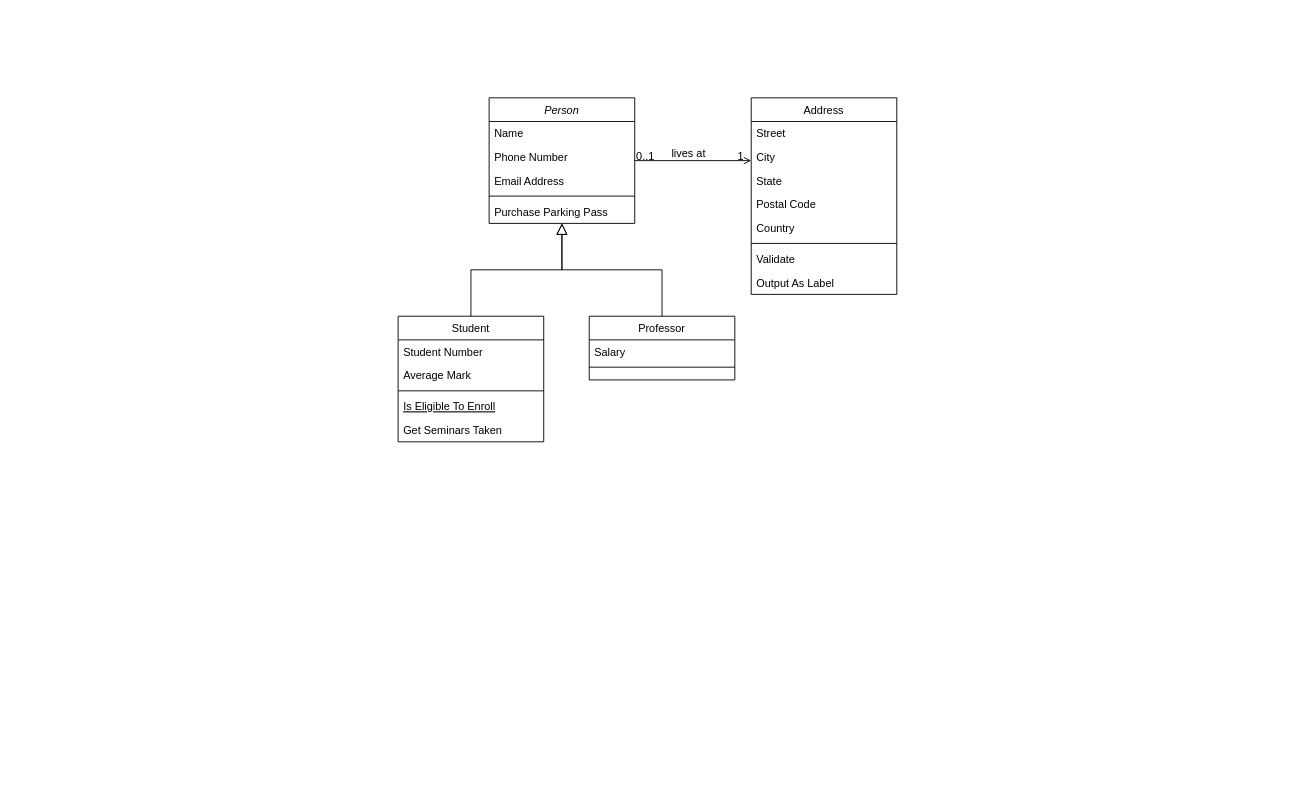
LearningsLab/BoilerPlates keeps this draw.io diagram as Splitwise/Splitwise.drawio. Above is the earlier version. Source tidied: cells renumbered, new cells numbered last; positions are measured from the earlier drawing's top-left corner, leaving out a move shared by most shapes. Both pictures are drawn from the tidied source at 91%, with x=0, y=0 at pixel (398, 97).
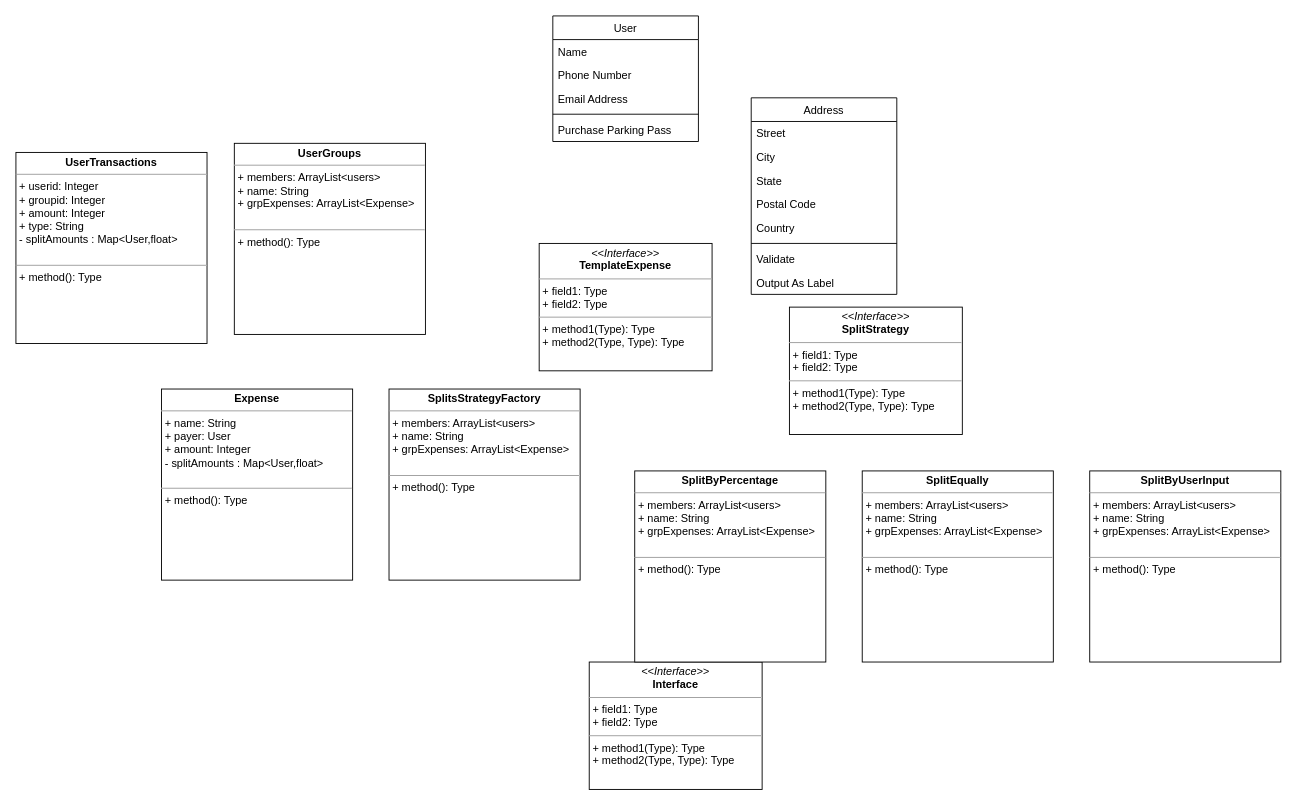
Above is the later version.

Commit message:
adding different classes in splitwise.drawio

Unchanged cells that the change refers to:
```xml
<mxCell id="19" value="Address" style="swimlane;fontStyle=0;align=center;verticalAlign=top;horizontal=1;startSize=26;rounded=0;shadow=0;strokeWidth=1;" parent="1" vertex="1">
  <mxGeometry x="388" width="160" height="216" as="geometry" />
</mxCell>
```

What changed in the source:
```diff
@@
-    <mxCell id="2" value="Person" style="swimlane;fontStyle=2;align=center;verticalAlign=top;horizontal=1;startSize=26;rounded=0;shadow=0;strokeWidth=1;" parent="1" vertex="1">
-      <mxGeometry x="100" width="160" height="138" as="geometry" />
+    <mxCell id="2" value="User" style="swimlane;fontStyle=0;align=center;verticalAlign=top;horizontal=1;startSize=26;rounded=0;shadow=0;strokeWidth=1;" parent="1" vertex="1">
+      <mxGeometry x="170" y="-90" width="160" height="138" as="geometry" />
     </mxCell>
@@
-    <mxCell id="8" value="Student" style="swimlane;fontStyle=0;align=center;verticalAlign=top;horizontal=1;startSize=26;rounded=0;shadow=0;strokeWidth=1;" parent="1" vertex="1">
-      <mxGeometry y="240" width="160" height="138" as="geometry" />
-    </mxCell>
-    <mxCell id="9" value="Student Number" style="text;align=left;verticalAlign=top;spacingLeft=4;spacingRight=4;overflow=hidden;" parent="8" vertex="1">
-      <mxGeometry y="26" width="160" height="26" as="geometry" />
-    </mxCell>
-    <mxCell id="10" value="Average Mark" style="text;align=left;verticalAlign=top;spacingLeft=4;spacingRight=4;overflow=hidden;rounded=0;shadow=0;html=0;" parent="8" vertex="1">
-      <mxGeometry y="52" width="160" height="26" as="geometry" />
-    </mxCell>
-    <mxCell id="11" style="line;html=1;strokeWidth=1;align=left;verticalAlign=middle;spacingTop=-1;spacingLeft=3;spacingRight=3;labelPosition=right;" parent="8" vertex="1">
-      <mxGeometry y="78" width="160" height="8" as="geometry" />
-    </mxCell>
-    <mxCell id="12" value="Is Eligible To Enroll" style="text;align=left;verticalAlign=top;spacingLeft=4;spacingRight=4;overflow=hidden;fontStyle=4;" parent="8" vertex="1">
-      <mxGeometry y="86" width="160" height="26" as="geometry" />
-    </mxCell>
-    <mxCell id="13" value="Get Seminars Taken" style="text;align=left;verticalAlign=top;spacingLeft=4;spacingRight=4;overflow=hidden;" parent="8" vertex="1">
-      <mxGeometry y="112" width="160" height="26" as="geometry" />
-    </mxCell>
-    <mxCell id="14" style="endArrow=block;endSize=10;endFill=0;shadow=0;strokeWidth=1;rounded=0;edgeStyle=elbowEdgeStyle;elbow=vertical;" parent="1" edge="1" source="8" target="2">
-      <mxGeometry relative="1" as="geometry" />
-    </mxCell>
-    <mxCell id="15" value="Professor" style="swimlane;fontStyle=0;align=center;verticalAlign=top;horizontal=1;startSize=26;rounded=0;shadow=0;strokeWidth=1;" parent="1" vertex="1">
-      <mxGeometry x="210" y="240" width="160" height="70" as="geometry" />
-    </mxCell>
-    <mxCell id="16" value="Salary" style="text;align=left;verticalAlign=top;spacingLeft=4;spacingRight=4;overflow=hidden;" parent="15" vertex="1">
-      <mxGeometry y="26" width="160" height="26" as="geometry" />
-    </mxCell>
-    <mxCell id="17" style="line;html=1;strokeWidth=1;align=left;verticalAlign=middle;spacingTop=-1;spacingLeft=3;spacingRight=3;labelPosition=right;" parent="15" vertex="1">
-      <mxGeometry y="52" width="160" height="8" as="geometry" />
-    </mxCell>
-    <mxCell id="18" style="endArrow=block;endSize=10;endFill=0;shadow=0;strokeWidth=1;rounded=0;edgeStyle=elbowEdgeStyle;elbow=vertical;" parent="1" edge="1" source="15" target="2">
-      <mxGeometry relative="1" as="geometry" />
-    </mxCell>
@@
-    <mxCell id="28" style="endArrow=open;shadow=0;strokeWidth=1;rounded=0;endFill=1;edgeStyle=elbowEdgeStyle;elbow=vertical;" parent="1" edge="1" source="2" target="19">
-      <mxGeometry x="0.5" y="41" relative="1" as="geometry">
-        <mxPoint x="-40" y="32" as="offset" />
-      </mxGeometry>
-    </mxCell>
-    <mxCell id="29" value="0..1" style="align=left;verticalAlign=bottom;labelBackgroundColor=none;fontSize=12;" parent="28" vertex="1">
-      <mxGeometry x="-1" relative="1" as="geometry">
-        <mxPoint y="4" as="offset" />
-      </mxGeometry>
-    </mxCell>
-    <mxCell id="30" value="1" style="align=right;verticalAlign=bottom;labelBackgroundColor=none;fontSize=12;" parent="28" vertex="1">
-      <mxGeometry x="1" relative="1" as="geometry">
-        <mxPoint x="-7" y="4" as="offset" />
-      </mxGeometry>
-    </mxCell>
-    <mxCell id="31" value="lives at" style="text;html=1;align=center;verticalAlign=middle;labelBackgroundColor=none;rounded=0;shadow=0;strokeWidth=1;fontSize=12;" parent="28" vertex="1">
-      <mxGeometry x="0.5" y="49" relative="1" as="geometry">
-        <mxPoint x="-38" y="40" as="offset" />
-      </mxGeometry>
-    </mxCell>
+    <mxCell id="32" value="&lt;p style=&quot;margin:0px;margin-top:4px;text-align:center;&quot;&gt;&lt;i&gt;&amp;lt;&amp;lt;Interface&amp;gt;&amp;gt;&lt;/i&gt;&lt;br/&gt;&lt;b&gt;Interface&lt;/b&gt;&lt;/p&gt;&lt;hr size=&quot;1&quot;/&gt;&lt;p style=&quot;margin:0px;margin-left:4px;&quot;&gt;+ field1: Type&lt;br/&gt;+ field2: Type&lt;/p&gt;&lt;hr size=&quot;1&quot;/&gt;&lt;p style=&quot;margin:0px;margin-left:4px;&quot;&gt;+ method1(Type): Type&lt;br/&gt;+ method2(Type, Type): Type&lt;/p&gt;" style="verticalAlign=top;align=left;overflow=fill;fontSize=12;fontFamily=Helvetica;html=1;hachureGap=4;" parent="1" vertex="1">
+      <mxGeometry x="210" y="620" width="190" height="140" as="geometry" />
+    </mxCell>
+    <mxCell id="33" value="&lt;p style=&quot;margin: 0px ; margin-top: 4px ; text-align: center&quot;&gt;&lt;b&gt;UserGroups&lt;/b&gt;&lt;/p&gt;&lt;hr size=&quot;1&quot;&gt;&lt;p style=&quot;margin: 0px ; margin-left: 4px&quot;&gt;+ members: ArrayList&amp;lt;users&amp;gt;&lt;/p&gt;&lt;p style=&quot;margin: 0px ; margin-left: 4px&quot;&gt;+ name: String&lt;/p&gt;&lt;p style=&quot;margin: 0px ; margin-left: 4px&quot;&gt;+ grpExpenses: ArrayList&amp;lt;Expense&amp;gt;&lt;/p&gt;&lt;p style=&quot;margin: 0px ; margin-left: 4px&quot;&gt;&lt;br&gt;&lt;/p&gt;&lt;hr size=&quot;1&quot;&gt;&lt;p style=&quot;margin: 0px ; margin-left: 4px&quot;&gt;+ method(): Type&lt;/p&gt;" style="verticalAlign=top;align=left;overflow=fill;fontSize=12;fontFamily=Helvetica;html=1;hachureGap=4;" parent="1" vertex="1">
+      <mxGeometry x="-180" y="50" width="210" height="210" as="geometry" />
+    </mxCell>
+    <mxCell id="34" value="&lt;p style=&quot;margin: 0px ; margin-top: 4px ; text-align: center&quot;&gt;&lt;b&gt;Expense&lt;/b&gt;&lt;/p&gt;&lt;hr size=&quot;1&quot;&gt;&lt;p style=&quot;margin: 0px ; margin-left: 4px&quot;&gt;+&amp;nbsp;&lt;span&gt;name: String&lt;/span&gt;&lt;/p&gt;&lt;p style=&quot;margin: 0px ; margin-left: 4px&quot;&gt;+ payer: User&lt;/p&gt;&lt;p style=&quot;margin: 0px ; margin-left: 4px&quot;&gt;+ amount: Integer&lt;/p&gt;&lt;p style=&quot;margin: 0px ; margin-left: 4px&quot;&gt;- splitAmounts : Map&amp;lt;User,float&amp;gt;&lt;/p&gt;&lt;p style=&quot;margin: 0px ; margin-left: 4px&quot;&gt;&lt;br&gt;&lt;/p&gt;&lt;hr size=&quot;1&quot;&gt;&lt;p style=&quot;margin: 0px ; margin-left: 4px&quot;&gt;+ method(): Type&lt;/p&gt;" style="verticalAlign=top;align=left;overflow=fill;fontSize=12;fontFamily=Helvetica;html=1;hachureGap=4;" parent="1" vertex="1">
+      <mxGeometry x="-260" y="320" width="210" height="210" as="geometry" />
+    </mxCell>
+    <mxCell id="35" value="&lt;p style=&quot;margin: 0px ; margin-top: 4px ; text-align: center&quot;&gt;&lt;i&gt;&amp;lt;&amp;lt;Interface&amp;gt;&amp;gt;&lt;/i&gt;&lt;br&gt;&lt;b&gt;TemplateExpense&lt;/b&gt;&lt;/p&gt;&lt;hr size=&quot;1&quot;&gt;&lt;p style=&quot;margin: 0px ; margin-left: 4px&quot;&gt;+ field1: Type&lt;br&gt;+ field2: Type&lt;/p&gt;&lt;hr size=&quot;1&quot;&gt;&lt;p style=&quot;margin: 0px ; margin-left: 4px&quot;&gt;+ method1(Type): Type&lt;br&gt;+ method2(Type, Type): Type&lt;/p&gt;" style="verticalAlign=top;align=left;overflow=fill;fontSize=12;fontFamily=Helvetica;html=1;hachureGap=4;" parent="1" vertex="1">
+      <mxGeometry x="155" y="160" width="190" height="140" as="geometry" />
+    </mxCell>
+    <mxCell id="36" value="&lt;p style=&quot;margin: 0px ; margin-top: 4px ; text-align: center&quot;&gt;&lt;i&gt;&amp;lt;&amp;lt;Interface&amp;gt;&amp;gt;&lt;/i&gt;&lt;br&gt;&lt;b&gt;SplitStrategy&lt;/b&gt;&lt;/p&gt;&lt;hr size=&quot;1&quot;&gt;&lt;p style=&quot;margin: 0px ; margin-left: 4px&quot;&gt;+ field1: Type&lt;br&gt;+ field2: Type&lt;/p&gt;&lt;hr size=&quot;1&quot;&gt;&lt;p style=&quot;margin: 0px ; margin-left: 4px&quot;&gt;+ method1(Type): Type&lt;br&gt;+ method2(Type, Type): Type&lt;/p&gt;" style="verticalAlign=top;align=left;overflow=fill;fontSize=12;fontFamily=Helvetica;html=1;hachureGap=4;" parent="1" vertex="1">
+      <mxGeometry x="430" y="230" width="190" height="140" as="geometry" />
+    </mxCell>
+    <mxCell id="37" value="&lt;p style=&quot;margin: 0px ; margin-top: 4px ; text-align: center&quot;&gt;&lt;b&gt;SplitsStrategyFactory&lt;/b&gt;&lt;/p&gt;&lt;hr size=&quot;1&quot;&gt;&lt;p style=&quot;margin: 0px ; margin-left: 4px&quot;&gt;+ members: ArrayList&amp;lt;users&amp;gt;&lt;/p&gt;&lt;p style=&quot;margin: 0px ; margin-left: 4px&quot;&gt;+ name: String&lt;/p&gt;&lt;p style=&quot;margin: 0px ; margin-left: 4px&quot;&gt;+ grpExpenses: ArrayList&amp;lt;Expense&amp;gt;&lt;/p&gt;&lt;p style=&quot;margin: 0px ; margin-left: 4px&quot;&gt;&lt;br&gt;&lt;/p&gt;&lt;hr size=&quot;1&quot;&gt;&lt;p style=&quot;margin: 0px ; margin-left: 4px&quot;&gt;+ method(): Type&lt;/p&gt;" style="verticalAlign=top;align=left;overflow=fill;fontSize=12;fontFamily=Helvetica;html=1;hachureGap=4;" parent="1" vertex="1">
+      <mxGeometry x="-10" y="320" width="210" height="210" as="geometry" />
+    </mxCell>
+    <mxCell id="38" value="&lt;p style=&quot;margin: 0px ; margin-top: 4px ; text-align: center&quot;&gt;&lt;b&gt;SplitByPercentage&lt;/b&gt;&lt;/p&gt;&lt;hr size=&quot;1&quot;&gt;&lt;p style=&quot;margin: 0px ; margin-left: 4px&quot;&gt;+ members: ArrayList&amp;lt;users&amp;gt;&lt;/p&gt;&lt;p style=&quot;margin: 0px ; margin-left: 4px&quot;&gt;+ name: String&lt;/p&gt;&lt;p style=&quot;margin: 0px ; margin-left: 4px&quot;&gt;+ grpExpenses: ArrayList&amp;lt;Expense&amp;gt;&lt;/p&gt;&lt;p style=&quot;margin: 0px ; margin-left: 4px&quot;&gt;&lt;br&gt;&lt;/p&gt;&lt;hr size=&quot;1&quot;&gt;&lt;p style=&quot;margin: 0px ; margin-left: 4px&quot;&gt;+ method(): Type&lt;/p&gt;" style="verticalAlign=top;align=left;overflow=fill;fontSize=12;fontFamily=Helvetica;html=1;hachureGap=4;" parent="1" vertex="1">
+      <mxGeometry x="260" y="410" width="210" height="210" as="geometry" />
+    </mxCell>
+    <mxCell id="39" value="&lt;p style=&quot;margin: 0px ; margin-top: 4px ; text-align: center&quot;&gt;&lt;b&gt;SplitEqually&lt;/b&gt;&lt;/p&gt;&lt;hr size=&quot;1&quot;&gt;&lt;p style=&quot;margin: 0px ; margin-left: 4px&quot;&gt;+ members: ArrayList&amp;lt;users&amp;gt;&lt;/p&gt;&lt;p style=&quot;margin: 0px ; margin-left: 4px&quot;&gt;+ name: String&lt;/p&gt;&lt;p style=&quot;margin: 0px ; margin-left: 4px&quot;&gt;+ grpExpenses: ArrayList&amp;lt;Expense&amp;gt;&lt;/p&gt;&lt;p style=&quot;margin: 0px ; margin-left: 4px&quot;&gt;&lt;br&gt;&lt;/p&gt;&lt;hr size=&quot;1&quot;&gt;&lt;p style=&quot;margin: 0px ; margin-left: 4px&quot;&gt;+ method(): Type&lt;/p&gt;" style="verticalAlign=top;align=left;overflow=fill;fontSize=12;fontFamily=Helvetica;html=1;hachureGap=4;" parent="1" vertex="1">
+      <mxGeometry x="510" y="410" width="210" height="210" as="geometry" />
+    </mxCell>
+    <mxCell id="40" value="&lt;p style=&quot;margin: 0px ; margin-top: 4px ; text-align: center&quot;&gt;&lt;b&gt;SplitByUserInput&lt;/b&gt;&lt;/p&gt;&lt;hr size=&quot;1&quot;&gt;&lt;p style=&quot;margin: 0px ; margin-left: 4px&quot;&gt;+ members: ArrayList&amp;lt;users&amp;gt;&lt;/p&gt;&lt;p style=&quot;margin: 0px ; margin-left: 4px&quot;&gt;+ name: String&lt;/p&gt;&lt;p style=&quot;margin: 0px ; margin-left: 4px&quot;&gt;+ grpExpenses: ArrayList&amp;lt;Expense&amp;gt;&lt;/p&gt;&lt;p style=&quot;margin: 0px ; margin-left: 4px&quot;&gt;&lt;br&gt;&lt;/p&gt;&lt;hr size=&quot;1&quot;&gt;&lt;p style=&quot;margin: 0px ; margin-left: 4px&quot;&gt;+ method(): Type&lt;/p&gt;" style="verticalAlign=top;align=left;overflow=fill;fontSize=12;fontFamily=Helvetica;html=1;hachureGap=4;" parent="1" vertex="1">
+      <mxGeometry x="760" y="410" width="210" height="210" as="geometry" />
+    </mxCell>
+    <mxCell id="41" value="&lt;p style=&quot;margin: 0px ; margin-top: 4px ; text-align: center&quot;&gt;&lt;b&gt;UserTransactions&lt;/b&gt;&lt;/p&gt;&lt;hr size=&quot;1&quot;&gt;&lt;p style=&quot;margin: 0px ; margin-left: 4px&quot;&gt;+ userid: Integer&lt;/p&gt;&lt;p style=&quot;margin: 0px ; margin-left: 4px&quot;&gt;+ groupid: Integer&lt;/p&gt;&lt;p style=&quot;margin: 0px ; margin-left: 4px&quot;&gt;+ amount: Integer&lt;/p&gt;&lt;p style=&quot;margin: 0px ; margin-left: 4px&quot;&gt;+ type: String&lt;/p&gt;&lt;p style=&quot;margin: 0px ; margin-left: 4px&quot;&gt;- splitAmounts : Map&amp;lt;User,float&amp;gt;&lt;/p&gt;&lt;p style=&quot;margin: 0px ; margin-left: 4px&quot;&gt;&lt;br&gt;&lt;/p&gt;&lt;hr size=&quot;1&quot;&gt;&lt;p style=&quot;margin: 0px ; margin-left: 4px&quot;&gt;+ method(): Type&lt;/p&gt;" style="verticalAlign=top;align=left;overflow=fill;fontSize=12;fontFamily=Helvetica;html=1;hachureGap=4;" parent="1" vertex="1">
+      <mxGeometry x="-420" y="60" width="210" height="210" as="geometry" />
+    </mxCell>
```
